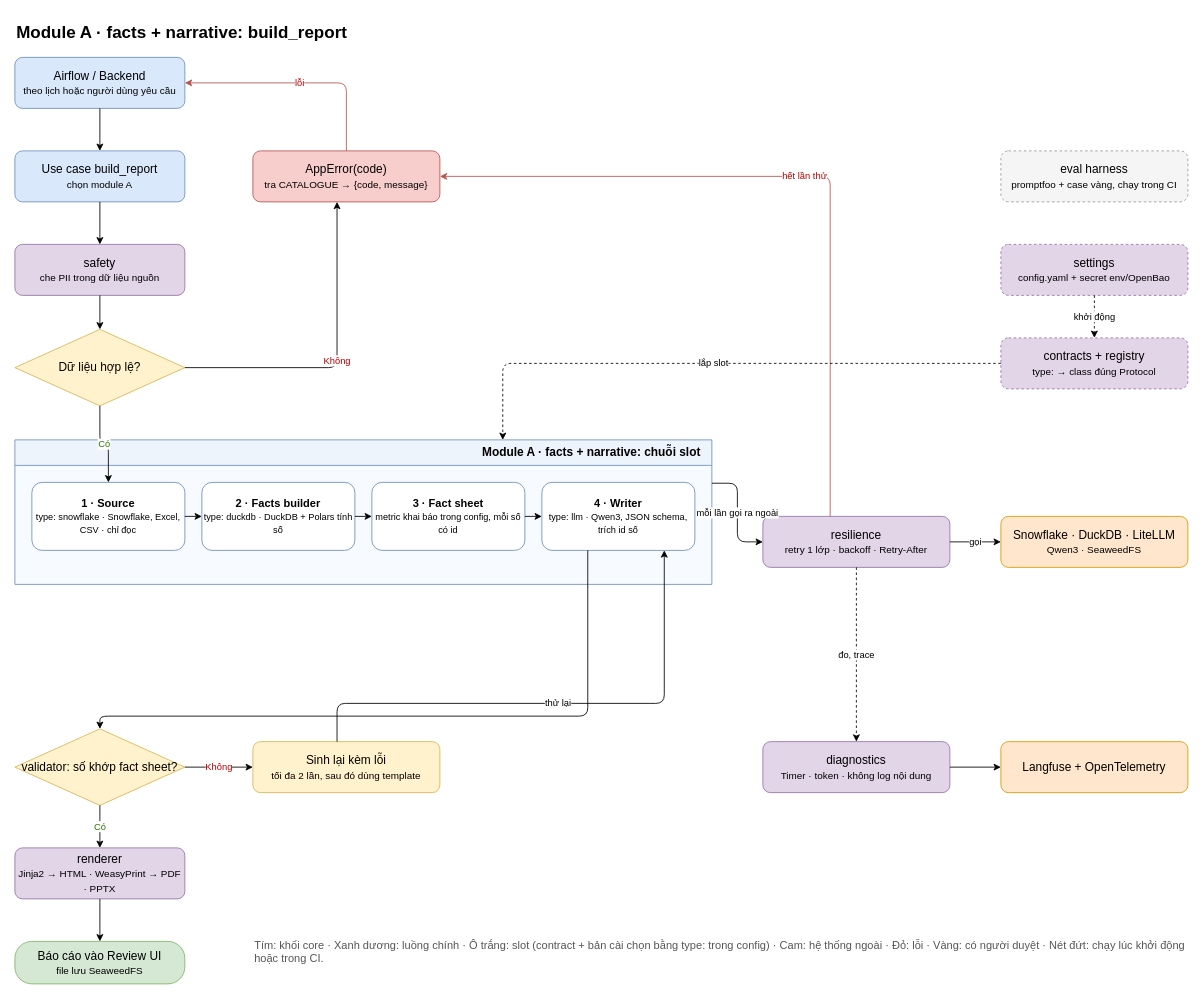
The draw.io diagram page "3. Module A" (3 of 9) of docs/beyondpilot/core-flow.drawio in nguyennhatkhoa99/llmops-sre-copilot, before the edit. Source tidied: cells renumbered, new cells numbered last; positions are measured from the earlier drawing's top-left corner, leaving out a move shared by most shapes. Both pictures are drawn from the tidied source at 85%, with x=0, y=0 at pixel (14, 14).
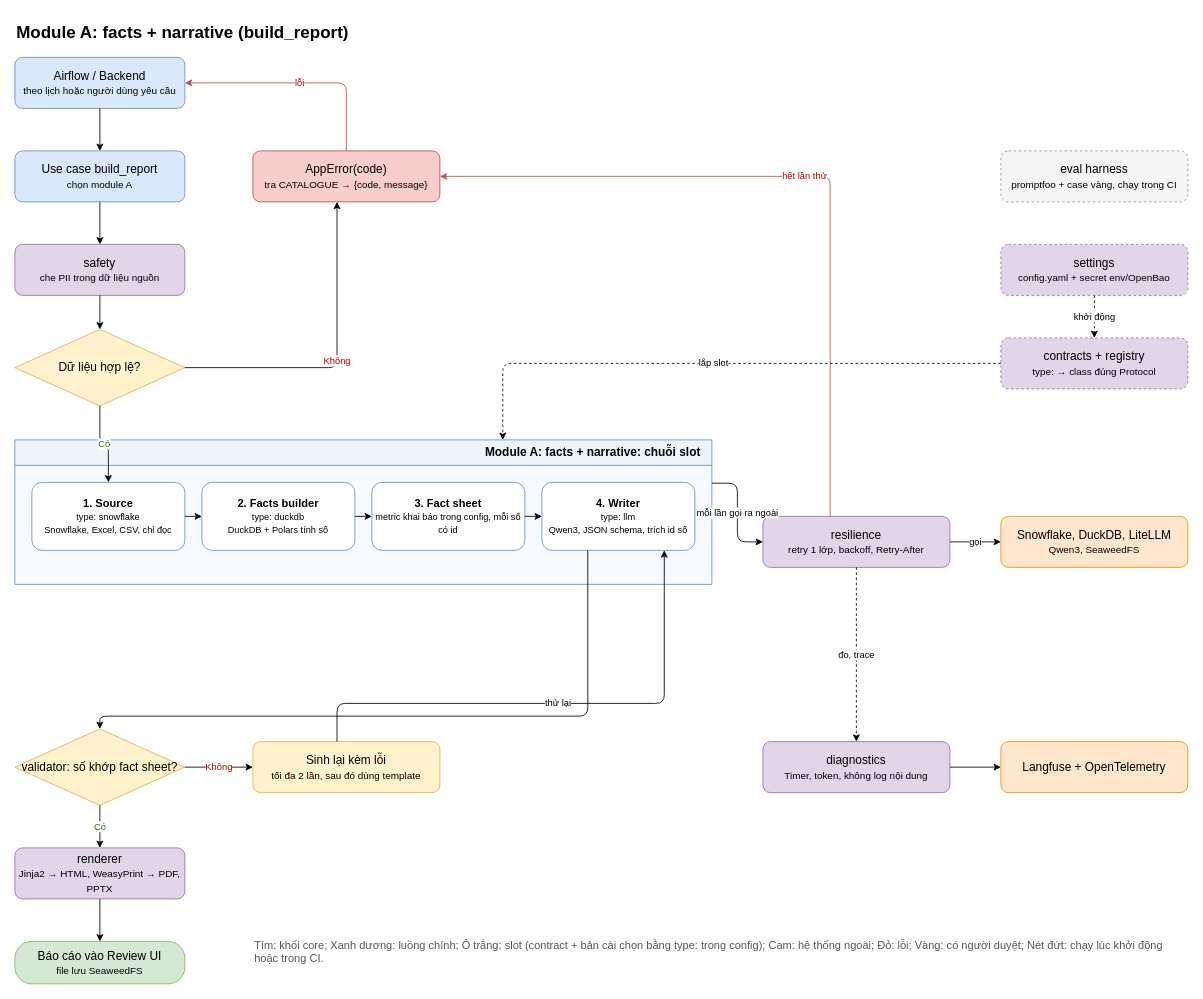
After the change.

What changed in the source:
```diff
@@
-    <mxCell id="2" value="Module A · facts + narrative: build_report" style="text;html=1;strokeColor=none;fillColor=none;align=left;verticalAlign=middle;whiteSpace=wrap;fontSize=20;fontStyle=1;" parent="1" vertex="1">
+    <mxCell id="2" value="Module A: facts + narrative (build_report)" style="text;html=1;strokeColor=none;fillColor=none;align=left;verticalAlign=middle;whiteSpace=wrap;fontSize=20;fontStyle=1;" parent="1" vertex="1">
       <mxGeometry width="1100" height="40" as="geometry" />
     </mxCell>
@@
-    <mxCell id="8" value="Module A · facts + narrative: chuỗi slot" style="swimlane;shape=swimlane;startSize=30;html=1;fontSize=14;fontStyle=1;verticalAlign=top;align=right;spacingRight=12;fillColor=#eef4fb;strokeColor=#6c8ebf;swimlaneFillColor=#f7faff;" parent="1" vertex="1">
+    <mxCell id="8" value="Module A: facts + narrative: chuỗi slot" style="swimlane;shape=swimlane;startSize=30;html=1;fontSize=14;fontStyle=1;verticalAlign=top;align=right;spacingRight=12;fillColor=#eef4fb;strokeColor=#6c8ebf;swimlaneFillColor=#f7faff;" parent="1" vertex="1">
       <mxGeometry y="500" width="820" height="170" as="geometry" />
     </mxCell>
-    <mxCell id="9" value="&lt;b&gt;1 · Source&lt;/b&gt;&lt;br&gt;&lt;small&gt;type: snowflake · Snowflake, Excel, CSV · chỉ đọc&lt;/small&gt;" style="rounded=1;whiteSpace=wrap;html=1;fontSize=14;fontSize=13;fillColor=#ffffff;strokeColor=#6c8ebf;" parent="8" vertex="1">
+    <mxCell id="9" value="&lt;b&gt;1. Source&lt;/b&gt;&lt;br&gt;&lt;small&gt;type: snowflake&lt;br&gt;Snowflake, Excel, CSV, chỉ đọc&lt;/small&gt;" style="rounded=1;whiteSpace=wrap;html=1;fontSize=14;fontSize=13;fillColor=#ffffff;strokeColor=#6c8ebf;" parent="8" vertex="1">
       <mxGeometry x="20" y="50" width="180" height="80" as="geometry" />
     </mxCell>
-    <mxCell id="10" value="&lt;b&gt;2 · Facts builder&lt;/b&gt;&lt;br&gt;&lt;small&gt;type: duckdb · DuckDB + Polars tính số&lt;/small&gt;" style="rounded=1;whiteSpace=wrap;html=1;fontSize=14;fontSize=13;fillColor=#ffffff;strokeColor=#6c8ebf;" parent="8" vertex="1">
+    <mxCell id="10" value="&lt;b&gt;2. Facts builder&lt;/b&gt;&lt;br&gt;&lt;small&gt;type: duckdb&lt;br&gt;DuckDB + Polars tính số&lt;/small&gt;" style="rounded=1;whiteSpace=wrap;html=1;fontSize=14;fontSize=13;fillColor=#ffffff;strokeColor=#6c8ebf;" parent="8" vertex="1">
       <mxGeometry x="220" y="50" width="180" height="80" as="geometry" />
     </mxCell>
@@
-    <mxCell id="12" value="&lt;b&gt;3 · Fact sheet&lt;/b&gt;&lt;br&gt;&lt;small&gt;metric khai báo trong config, mỗi số có id&lt;/small&gt;" style="rounded=1;whiteSpace=wrap;html=1;fontSize=14;fontSize=13;fillColor=#ffffff;strokeColor=#6c8ebf;" parent="8" vertex="1">
+    <mxCell id="12" value="&lt;b&gt;3. Fact sheet&lt;/b&gt;&lt;br&gt;&lt;small&gt;metric khai báo trong config, mỗi số có id&lt;/small&gt;" style="rounded=1;whiteSpace=wrap;html=1;fontSize=14;fontSize=13;fillColor=#ffffff;strokeColor=#6c8ebf;" parent="8" vertex="1">
       <mxGeometry x="420" y="50" width="180" height="80" as="geometry" />
     </mxCell>
@@
-    <mxCell id="14" value="&lt;b&gt;4 · Writer&lt;/b&gt;&lt;br&gt;&lt;small&gt;type: llm · Qwen3, JSON schema, trích id số&lt;/small&gt;" style="rounded=1;whiteSpace=wrap;html=1;fontSize=14;fontSize=13;fillColor=#ffffff;strokeColor=#6c8ebf;" parent="8" vertex="1">
+    <mxCell id="14" value="&lt;b&gt;4. Writer&lt;/b&gt;&lt;br&gt;&lt;small&gt;type: llm&lt;br&gt;Qwen3, JSON schema, trích id số&lt;/small&gt;" style="rounded=1;whiteSpace=wrap;html=1;fontSize=14;fontSize=13;fillColor=#ffffff;strokeColor=#6c8ebf;" parent="8" vertex="1">
       <mxGeometry x="620" y="50" width="180" height="80" as="geometry" />
     </mxCell>
@@
-    <mxCell id="17" value="renderer&lt;br&gt;&lt;small&gt;Jinja2 → HTML · WeasyPrint → PDF · PPTX&lt;/small&gt;" style="rounded=1;whiteSpace=wrap;html=1;fontSize=14;fillColor=#e1d5e7;strokeColor=#9673a6;" parent="1" vertex="1">
+    <mxCell id="17" value="renderer&lt;br&gt;&lt;small&gt;Jinja2 → HTML, WeasyPrint → PDF, PPTX&lt;/small&gt;" style="rounded=1;whiteSpace=wrap;html=1;fontSize=14;fillColor=#e1d5e7;strokeColor=#9673a6;" parent="1" vertex="1">
       <mxGeometry y="980" width="200" height="60" as="geometry" />
     </mxCell>
@@
-    <mxCell id="23" value="resilience&lt;br&gt;&lt;small&gt;retry 1 lớp · backoff · Retry-After&lt;/small&gt;" style="rounded=1;whiteSpace=wrap;html=1;fontSize=14;fillColor=#e1d5e7;strokeColor=#9673a6;" parent="1" vertex="1">
+    <mxCell id="23" value="resilience&lt;br&gt;&lt;small&gt;retry 1 lớp, backoff, Retry-After&lt;/small&gt;" style="rounded=1;whiteSpace=wrap;html=1;fontSize=14;fillColor=#e1d5e7;strokeColor=#9673a6;" parent="1" vertex="1">
       <mxGeometry x="880" y="590" width="220" height="60" as="geometry" />
     </mxCell>
-    <mxCell id="24" value="Snowflake · DuckDB · LiteLLM&lt;br&gt;&lt;small&gt;Qwen3 · SeaweedFS&lt;/small&gt;" style="rounded=1;whiteSpace=wrap;html=1;fontSize=14;fillColor=#ffe6cc;strokeColor=#d79b00;" parent="1" vertex="1">
+    <mxCell id="24" value="Snowflake, DuckDB, LiteLLM&lt;br&gt;&lt;small&gt;Qwen3, SeaweedFS&lt;/small&gt;" style="rounded=1;whiteSpace=wrap;html=1;fontSize=14;fillColor=#ffe6cc;strokeColor=#d79b00;" parent="1" vertex="1">
       <mxGeometry x="1160" y="590" width="220" height="60" as="geometry" />
     </mxCell>
-    <mxCell id="25" value="diagnostics&lt;br&gt;&lt;small&gt;Timer · token · không log nội dung&lt;/small&gt;" style="rounded=1;whiteSpace=wrap;html=1;fontSize=14;fillColor=#e1d5e7;strokeColor=#9673a6;" parent="1" vertex="1">
+    <mxCell id="25" value="diagnostics&lt;br&gt;&lt;small&gt;Timer, token, không log nội dung&lt;/small&gt;" style="rounded=1;whiteSpace=wrap;html=1;fontSize=14;fillColor=#e1d5e7;strokeColor=#9673a6;" parent="1" vertex="1">
       <mxGeometry x="880" y="855" width="220" height="60" as="geometry" />
     </mxCell>
@@
-    <mxCell id="27" value="Tím: khối core · Xanh dương: luồng chính · Ô trắng: slot (contract + bản cài chọn bằng type: trong config) · Cam: hệ thống ngoài · Đỏ: lỗi · Vàng: có người duyệt · Nét đứt: chạy lúc khởi động hoặc trong CI." style="text;html=1;strokeColor=none;fillColor=none;align=left;verticalAlign=middle;whiteSpace=wrap;fontSize=13;verticalAlign=top;fontColor=#555555;" parent="1" vertex="1">
+    <mxCell id="27" value="Tím: khối core; Xanh dương: luồng chính; Ô trắng: slot (contract + bản cài chọn bằng type: trong config); Cam: hệ thống ngoài; Đỏ: lỗi; Vàng: có người duyệt; Nét đứt: chạy lúc khởi động hoặc trong CI." style="text;html=1;strokeColor=none;fillColor=none;align=left;verticalAlign=middle;whiteSpace=wrap;fontSize=13;verticalAlign=top;fontColor=#555555;" parent="1" vertex="1">
       <mxGeometry x="280" y="1080" width="1100" height="50" as="geometry" />
     </mxCell>
```
